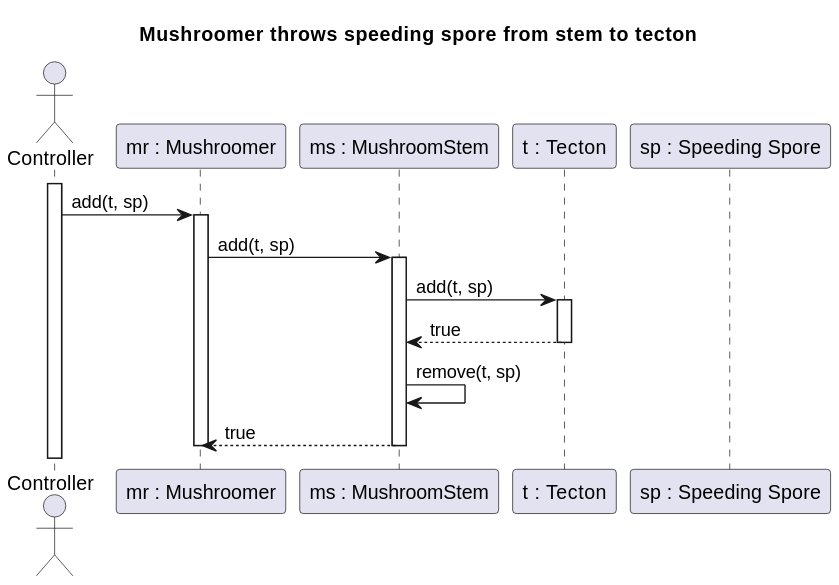
Before: out/5/sequences/spore/throwsSpeedingSpore/MushroomerThrowsSpeedingSporeFromStemToTecton.svg, a diagram exported from PlantUML (Petya-G/fungorium).
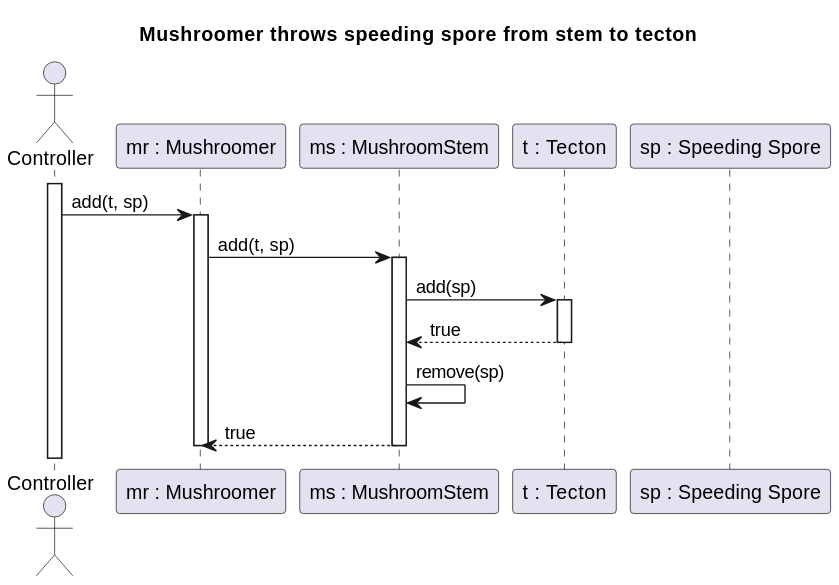
After the commit.

Diff of the diagram source:
```diff
@@ -14,13 +14,13 @@
 MR -> MS : add(t, sp)
 activate MS
 
-MS -> T : add(t, sp)
+MS -> T : add(sp)
 activate T
 
 MS <-- T : true
 deactivate T
 
-MS -> MS : remove(t, sp)
+MS -> MS : remove(sp)
 MR <-- MS : true
 deactivate MS
 
```
